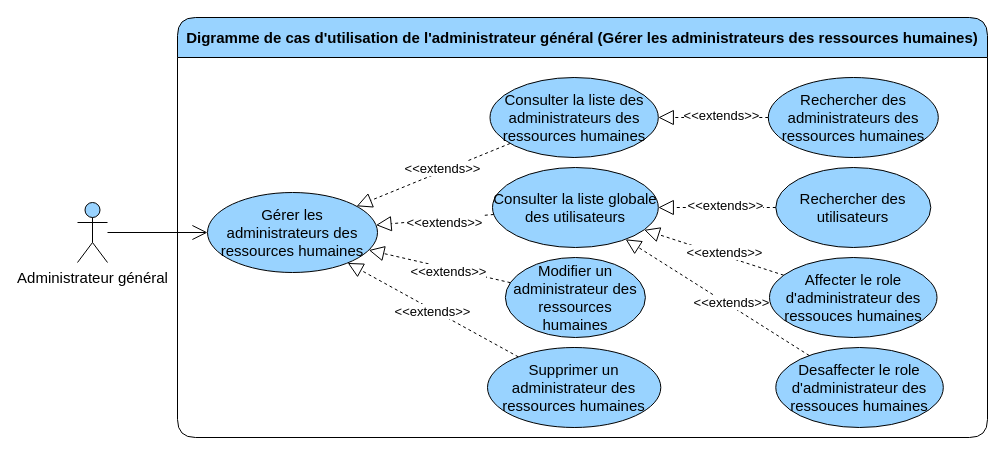
This is page "gerer les administrateurs des ressources humaines" (4 of 6) of diagrams/use-case/administrateur-general.drawio from devlotfi/peage-pay, a draw.io file, before an edit. Source tidied: cells renumbered, new cells numbered last; positions are measured from the earlier drawing's top-left corner, leaving out a move shared by most shapes. Both pictures are drawn from the tidied source at 100%, with x=0, y=0 at pixel (77, 17).
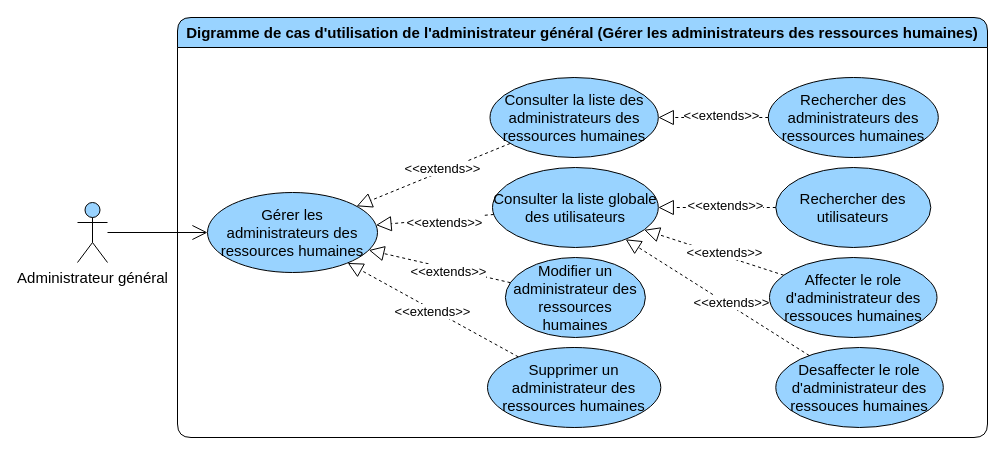
The same page after the edit.

The edit, as a diff of the source:
```diff
@@
-    <mxCell id="2" value="Digramme de cas d'utilisation de l'administrateur général (Gérer les administrateurs des ressources humaines)" style="swimlane;whiteSpace=wrap;html=1;rounded=1;fillColor=#99D3FF;fontSize=15;startSize=40;" parent="1" vertex="1">
+    <mxCell id="2" value="Digramme de cas d'utilisation de l'administrateur général (Gérer les administrateurs des ressources humaines)" style="swimlane;whiteSpace=wrap;html=1;rounded=1;fillColor=#99D3FF;fontSize=15;startSize=30;" parent="1" vertex="1">
       <mxGeometry x="100" width="810" height="420" as="geometry" />
     </mxCell>
```
